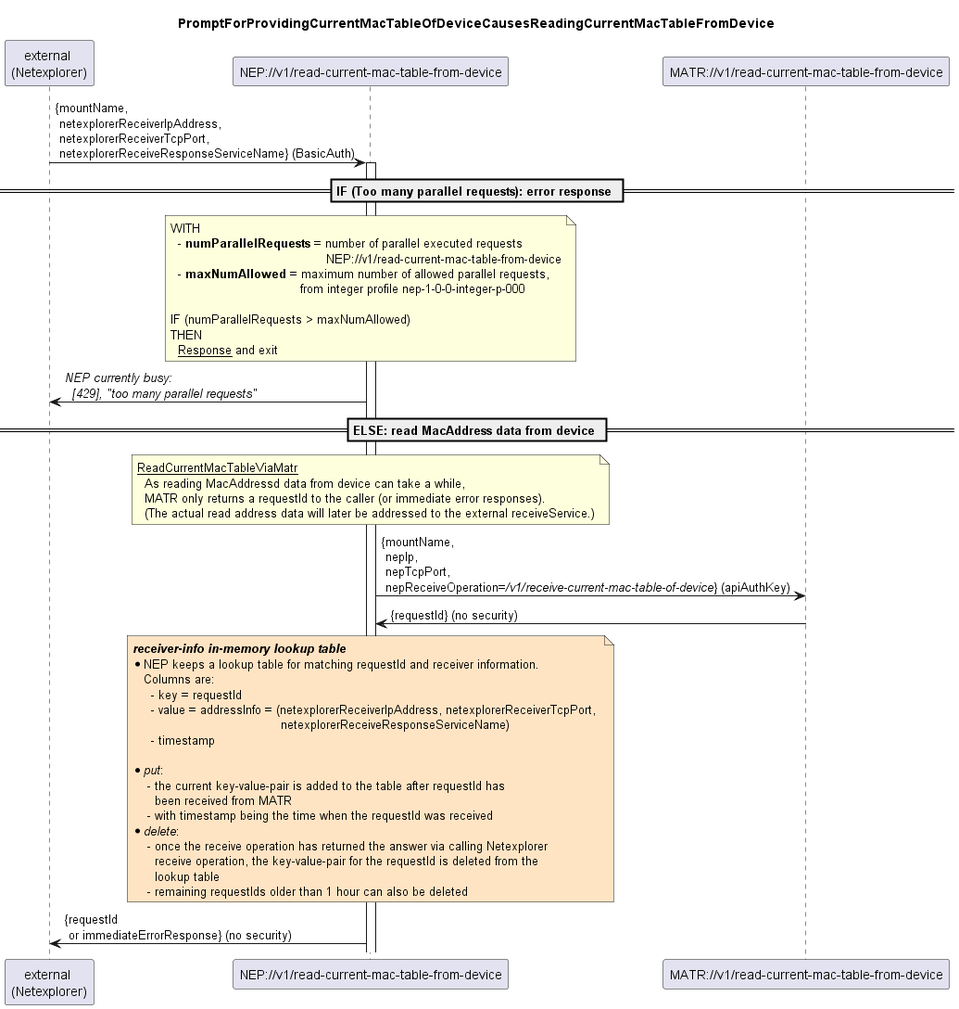
Before: spec/diagrams/002_ReadCurrentMacTableFromDevice.png, a diagram exported from PlantUML (openBackhaul/NetExplorerProxy).
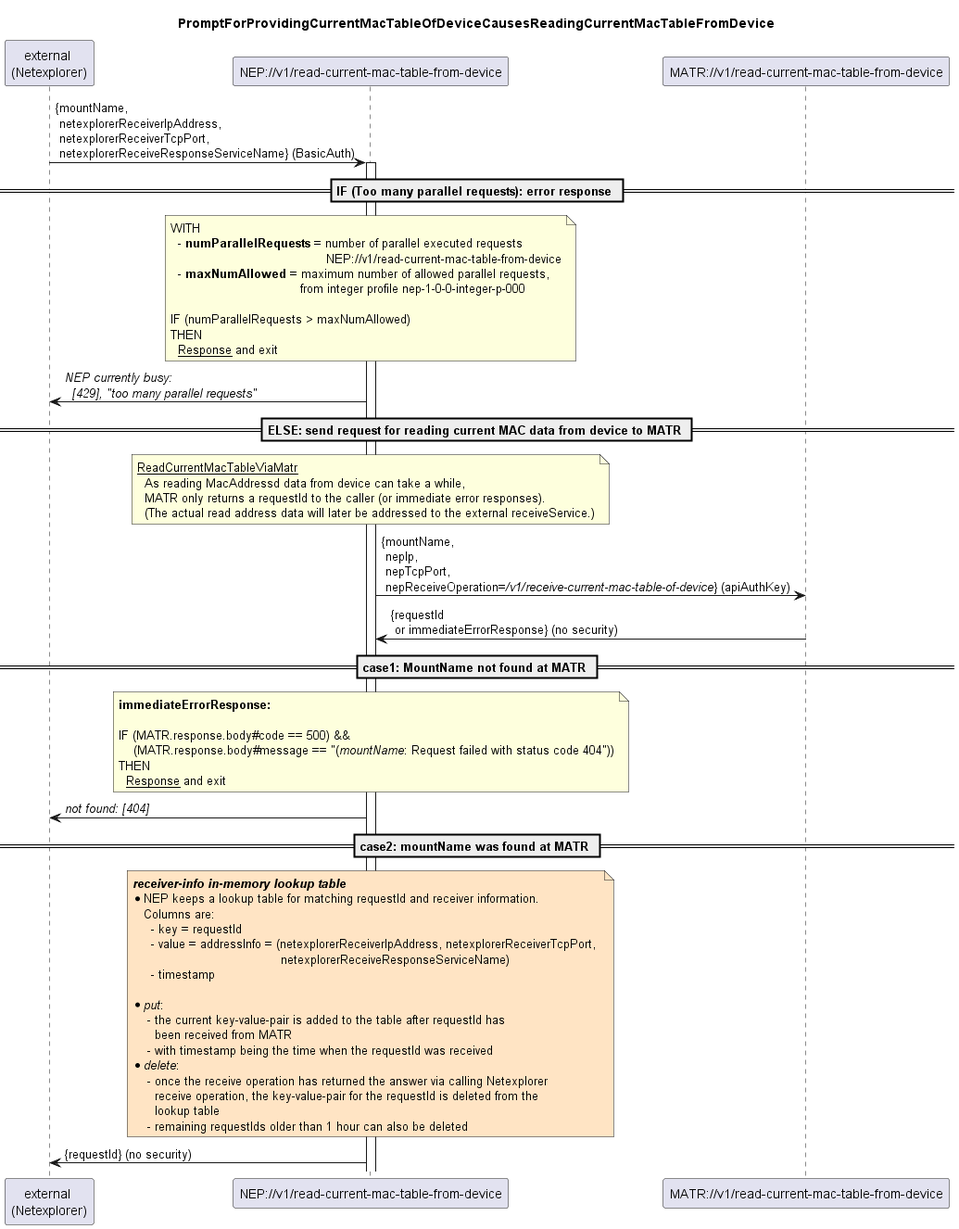
After the commit.

Diff of the diagram source:
```diff
@@ -24,7 +24,7 @@
 end note
 nep -> external: <i>NEP currently busy:</i>\n<i>  [429], "too many parallel requests" </i>
 
-== ELSE: read MacAddress data from device ==
+== ELSE: send request for reading current MAC data from device to MATR ==
 
   note over nep
     <u>ReadCurrentMacTableViaMatr</u>
@@ -33,7 +33,21 @@
       (The actual read address data will later be addressed to the external receiveService.)
   end note
   nep -> matr: {mountName, \n nepIp, \n nepTcpPort, \n nepReceiveOperation=<i>/v1/receive-current-mac-table-of-device</i>} (apiAuthKey)
-  matr -> nep: {requestId} (no security)
+  matr -> nep: {requestId \n or immediateErrorResponse} (no security)
+
+== case1: MountName not found at MATR ==
+  note over nep
+    <b>immediateErrorResponse:</b>
+
+    IF (MATR.response.body#code == 500) &&
+        (MATR.response.body#message == "(<i>mountName</i>: Request failed with status code 404"))
+    THEN
+      <u>Response</u> and exit
+  end note
+  nep -> external: <i>not found: [404]</i>
+
+== case2: mountName was found at MATR ==
+
 
   note over nep #bisque
     <i><b>receiver-info in-memory lookup table</b></i>
@@ -56,7 +70,7 @@
   end note
 
 
-  nep -> external: {requestId \n or immediateErrorResponse} (no security)
+  nep -> external: {requestId} (no security)
 
 
 
```
